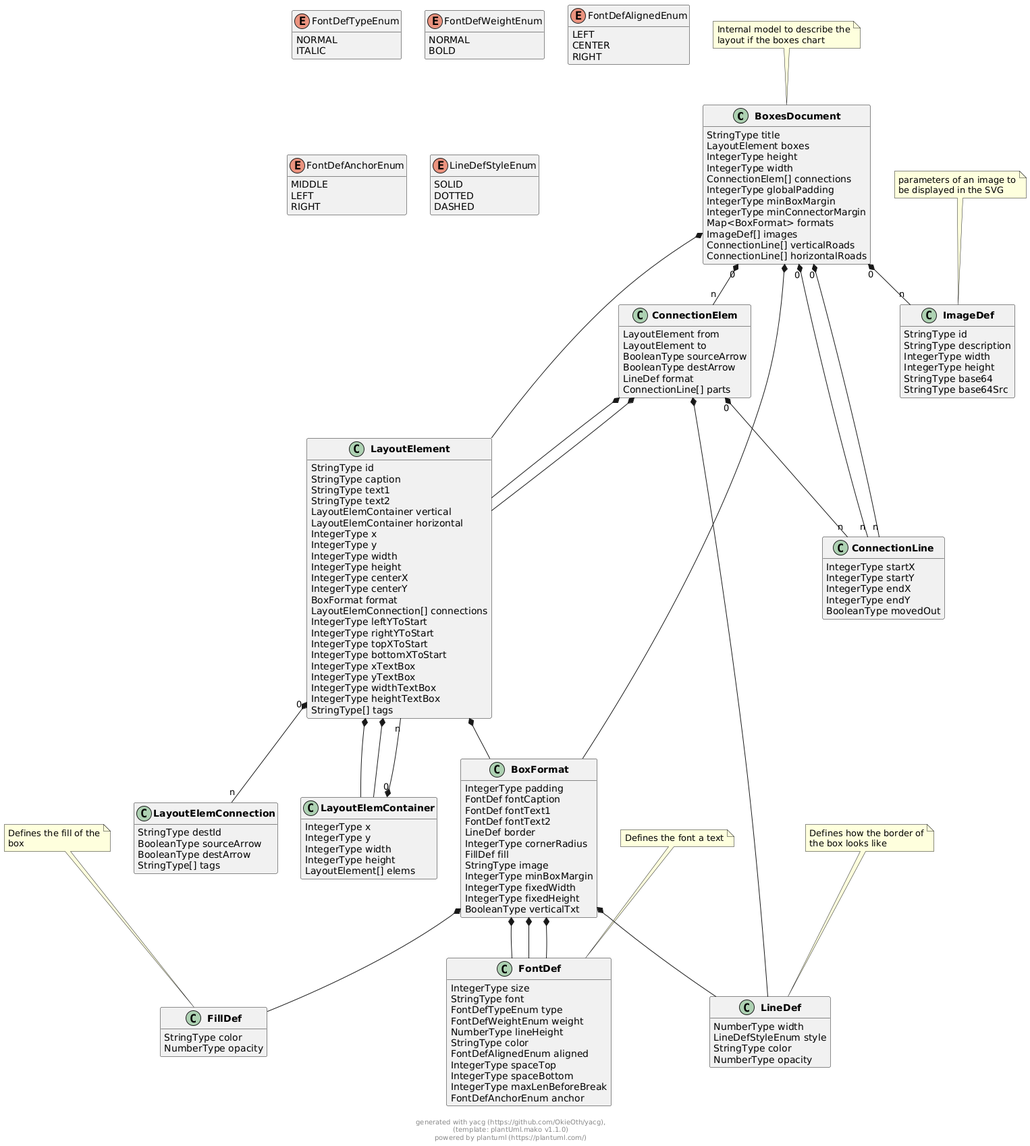
The PlantUML diagram docs/models/png/boxes_document.png in OkieOth/draw.chart.things, before a commit.
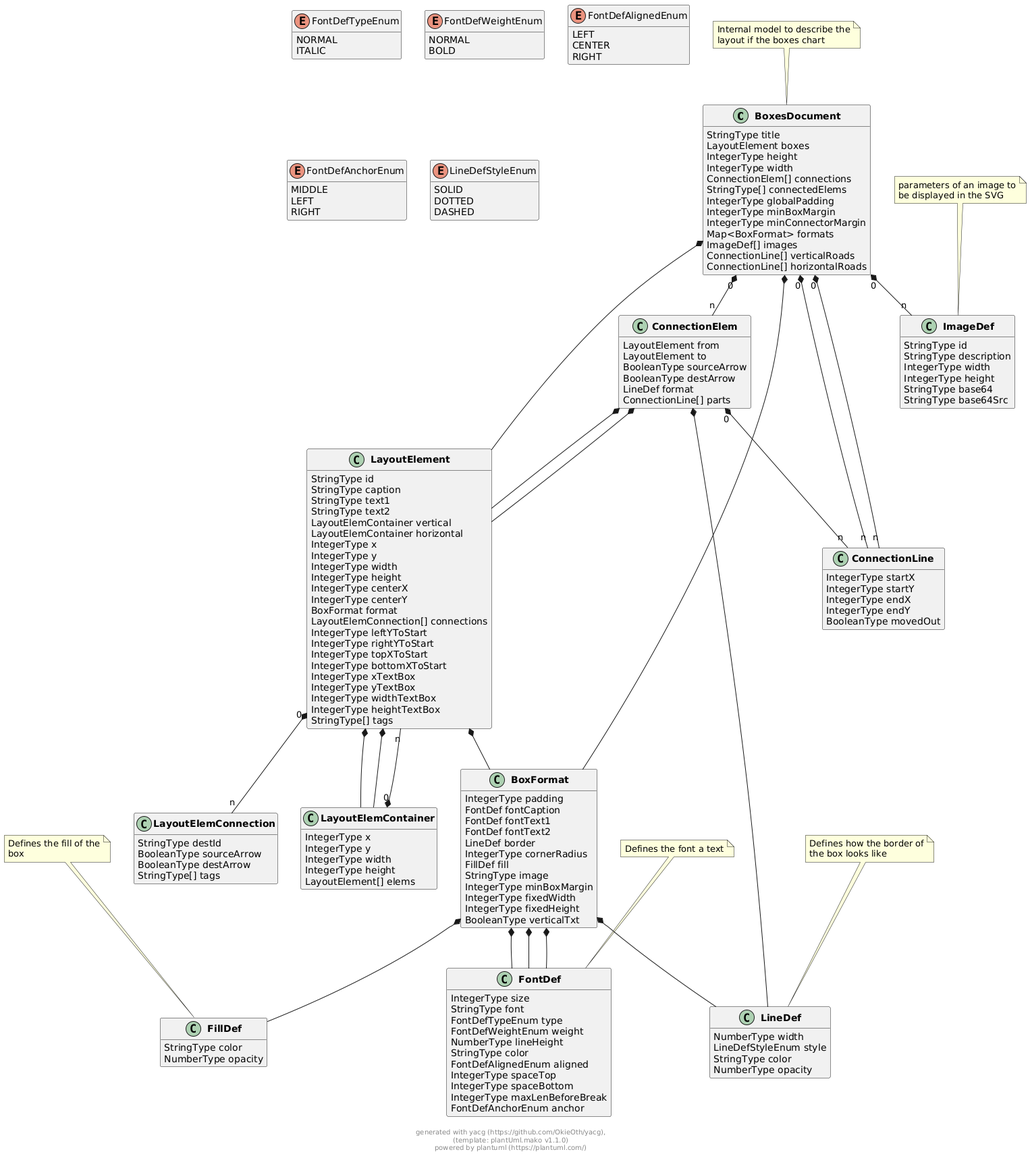
The same diagram one commit later.

Change to the diagram source:
```diff
@@ -9,6 +9,7 @@
         IntegerType height
         IntegerType width
         ConnectionElem[] connections
+        StringType[] connectedElems
         IntegerType globalPadding
         IntegerType minBoxMargin
         IntegerType minConnectorMargin
@@ -194,6 +195,7 @@
 
 
 
+
 BoxesDocument  *--  BoxFormat
 
 BoxesDocument "0" *-- "n" ImageDef
```
